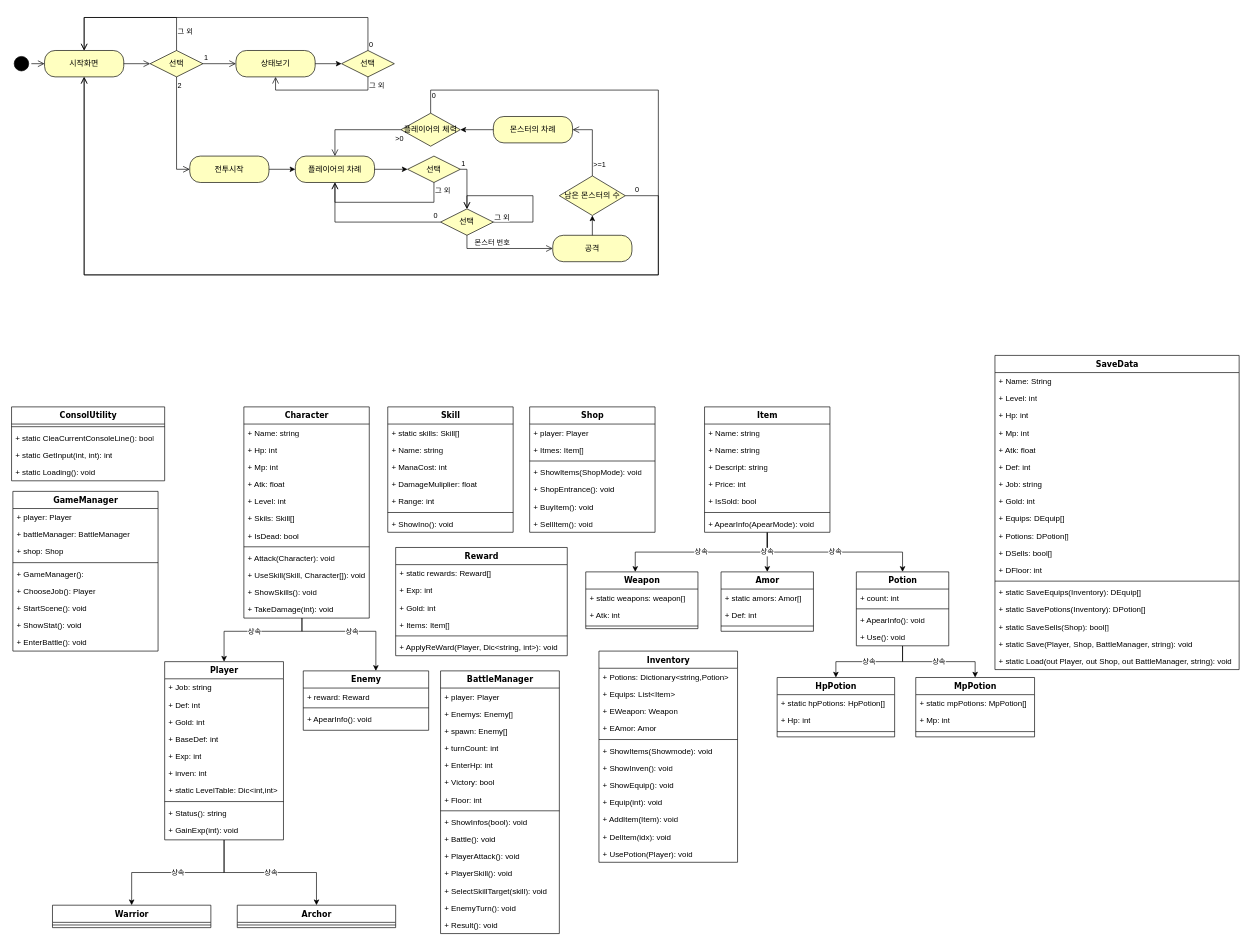
Kim-giseok/TxtRPG2 keeps this draw.io diagram as Class.drawio. Above is the earlier version. Source tidied: cells renumbered, new cells numbered last; positions are measured from the earlier drawing's top-left corner, leaving out a move shared by most shapes. Both pictures are drawn from the tidied source at 66%, with x=0, y=0 at pixel (11, 17).
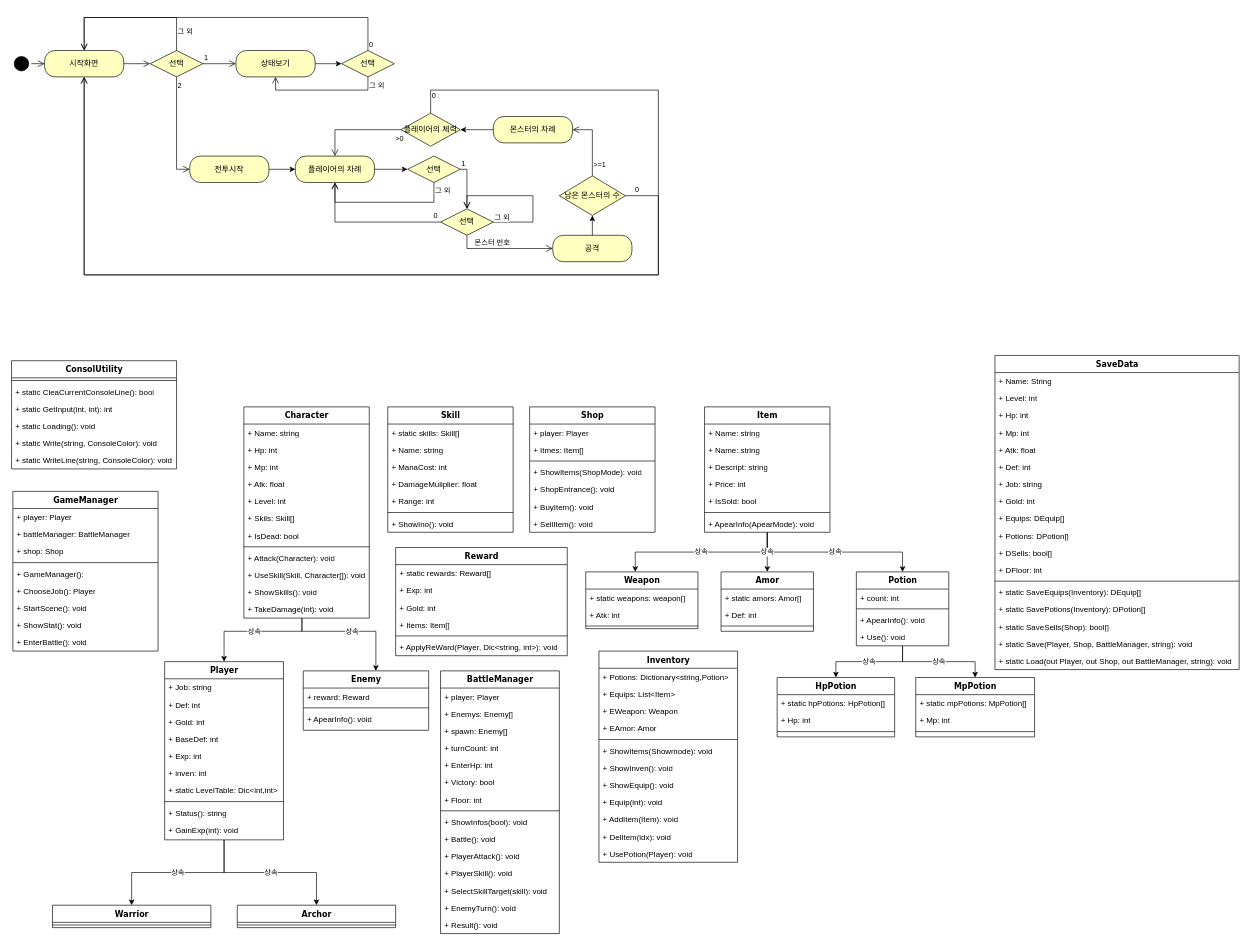
Above is the later version.

Diff of the diagram source:
```diff
@@
     <mxCell id="94" value="ConsolUtility" style="swimlane;html=1;fontStyle=1;align=center;verticalAlign=top;horizontal=1;startSize=26;swimlaneFillColor=#ffffff;rounded=0;shadow=0;comic=0;labelBackgroundColor=none;strokeWidth=1;fillColor=none;fontFamily=Verdana;fontSize=12;" parent="1" vertex="1">
-      <mxGeometry y="590" width="232" height="112" as="geometry" />
+      <mxGeometry y="520" width="250" height="164" as="geometry" />
     </mxCell>
     <mxCell id="95" style="line;html=1;strokeWidth=1;fillColor=none;align=left;verticalAlign=middle;spacingTop=-1;spacingLeft=3;spacingRight=3;labelPosition=right;" parent="94" vertex="1">
-      <mxGeometry y="26" width="232" height="8" as="geometry" />
+      <mxGeometry y="26" width="250" height="8" as="geometry" />
     </mxCell>
     <mxCell id="96" value="+ static CleaCurrentConsoleLine(): bool" style="text;html=1;strokeColor=none;fillColor=none;align=left;verticalAlign=top;spacingLeft=4;spacingRight=4;whiteSpace=wrap;overflow=hidden;" parent="94" vertex="1">
-      <mxGeometry y="34" width="232" height="26" as="geometry" />
+      <mxGeometry y="34" width="250" height="26" as="geometry" />
     </mxCell>
     <mxCell id="97" value="+ static GetInput(int, int): int" style="text;html=1;strokeColor=none;fillColor=none;align=left;verticalAlign=top;spacingLeft=4;spacingRight=4;whiteSpace=wrap;overflow=hidden;" parent="94" vertex="1">
-      <mxGeometry y="60" width="232" height="26" as="geometry" />
+      <mxGeometry y="60" width="250" height="26" as="geometry" />
     </mxCell>
     <mxCell id="98" value="+ static Loading(): void" style="text;html=1;strokeColor=none;fillColor=none;align=left;verticalAlign=top;spacingLeft=4;spacingRight=4;whiteSpace=wrap;overflow=hidden;" parent="94" vertex="1">
-      <mxGeometry y="86" width="232" height="26" as="geometry" />
+      <mxGeometry y="86" width="250" height="26" as="geometry" />
     </mxCell>
+    <mxCell id="192" value="+ static Write(string, ConsoleColor): void" style="text;html=1;strokeColor=none;fillColor=none;align=left;verticalAlign=top;spacingLeft=4;spacingRight=4;whiteSpace=wrap;overflow=hidden;" parent="94" vertex="1">
+      <mxGeometry y="112" width="250" height="26" as="geometry" />
+    </mxCell>
+    <mxCell id="193" value="+ static WriteLine(string, ConsoleColor): void" style="text;html=1;strokeColor=none;fillColor=none;align=left;verticalAlign=top;spacingLeft=4;spacingRight=4;whiteSpace=wrap;overflow=hidden;" parent="94" vertex="1">
+      <mxGeometry y="138" width="250" height="26" as="geometry" />
+    </mxCell>
```
